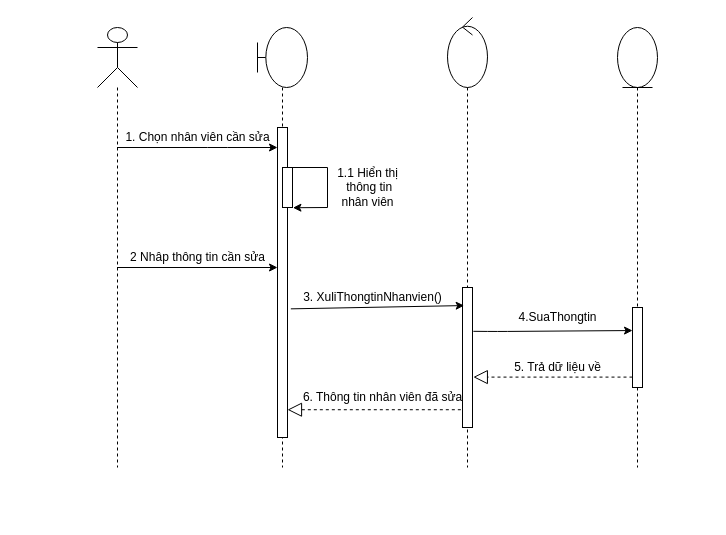
Above: document/EdEmployee.drawio in TikTzuki/tourism-application (draw.io), before the change. Source tidied: cells renumbered, new cells numbered last; positions are measured from the earlier drawing's top-left corner, leaving out a move shared by most shapes. Both pictures are drawn from the tidied source at 100%, with x=0, y=0 at pixel (97, 17).
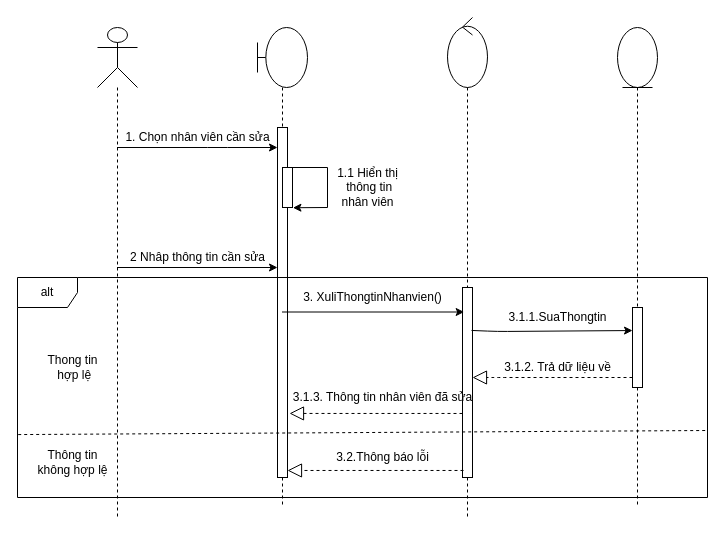
The same page after the edit.

Unchanged cells that the change refers to:
```xml
<mxCell id="17" style="html=1;points=[];perimeter=orthogonalPerimeter;" parent="1" vertex="1">
  <mxGeometry x="535" y="290" width="10" height="80" as="geometry" />
</mxCell>
```

Change to the diagram source:
```diff
@@
     <mxCell id="2" style="shape=umlLifeline;participant=umlActor;perimeter=lifelinePerimeter;whiteSpace=wrap;html=1;verticalAlign=top;spacingTop=36;outlineConnect=0;size=60;" parent="1" vertex="1">
-      <mxGeometry y="10" width="40" height="440" as="geometry" />
+      <mxGeometry y="10" width="40" height="490" as="geometry" />
     </mxCell>
     <mxCell id="3" style="shape=umlLifeline;participant=umlBoundary;perimeter=lifelinePerimeter;whiteSpace=wrap;html=1;verticalAlign=top;spacingTop=36;outlineConnect=0;size=60;" parent="1" vertex="1">
-      <mxGeometry x="160" y="10" width="50" height="440" as="geometry" />
+      <mxGeometry x="160" y="10" width="50" height="480" as="geometry" />
     </mxCell>
     <mxCell id="4" style="html=1;points=[];perimeter=orthogonalPerimeter;" parent="3" vertex="1">
-      <mxGeometry x="20" y="100" width="10" height="310" as="geometry" />
+      <mxGeometry x="20" y="100" width="10" height="350" as="geometry" />
     </mxCell>
     <mxCell id="5" style="shape=umlLifeline;participant=umlControl;perimeter=lifelinePerimeter;whiteSpace=wrap;html=1;verticalAlign=top;spacingTop=36;size=70;" parent="1" vertex="1">
-      <mxGeometry x="350" width="40" height="450" as="geometry" />
+      <mxGeometry x="350" width="40" height="500" as="geometry" />
     </mxCell>
     <mxCell id="6" style="html=1;points=[];perimeter=orthogonalPerimeter;" parent="5" vertex="1">
-      <mxGeometry x="15" y="270" width="10" height="140" as="geometry" />
+      <mxGeometry x="15" y="270" width="10" height="190" as="geometry" />
     </mxCell>
     <mxCell id="7" style="shape=umlLifeline;participant=umlEntity;perimeter=lifelinePerimeter;whiteSpace=wrap;html=1;verticalAlign=top;spacingTop=36;size=60;" parent="1" vertex="1">
-      <mxGeometry x="520" y="10" width="40" height="440" as="geometry" />
+      <mxGeometry x="520" y="10" width="40" height="480" as="geometry" />
     </mxCell>
@@
-    <mxCell id="15" style="endArrow=classic;html=1;exitX=1.333;exitY=0.585;exitDx=0;exitDy=0;exitPerimeter=0;entryX=0.167;entryY=0.129;entryDx=0;entryDy=0;entryPerimeter=0;" parent="1" edge="1" source="4" target="6">
+    <mxCell id="15" style="endArrow=classic;html=1;entryX=0.167;entryY=0.129;entryDx=0;entryDy=0;entryPerimeter=0;" parent="1" edge="1" source="3" target="6">
       <mxGeometry relative="1" as="geometry" />
     </mxCell>
@@
-    <mxCell id="18" style="endArrow=classic;html=1;exitX=1.083;exitY=0.313;exitDx=0;exitDy=0;exitPerimeter=0;entryX=0;entryY=0.288;entryDx=0;entryDy=0;entryPerimeter=0;" parent="1" edge="1" source="6" target="17">
+    <mxCell id="18" style="endArrow=classic;html=1;entryX=0;entryY=0.288;entryDx=0;entryDy=0;entryPerimeter=0;exitX=0.9;exitY=0.226;exitDx=0;exitDy=0;exitPerimeter=0;" parent="1" edge="1" source="6" target="17">
       <mxGeometry relative="1" as="geometry">
         <Array as="points">
           <mxPoint x="400" y="314" />
         </Array>
       </mxGeometry>
     </mxCell>
-    <mxCell id="19" value="4.SuaThongtin" style="text;html=1;align=center;verticalAlign=middle;" parent="1" vertex="1">
-      <mxGeometry x="415" y="290" width="90" height="20" as="geometry" />
+    <mxCell id="19" value="3.1.1.SuaThongtin" style="text;html=1;align=center;verticalAlign=middle;" parent="1" vertex="1">
+      <mxGeometry x="405" y="290" width="110" height="20" as="geometry" />
     </mxCell>
-    <mxCell id="20" style="endArrow=block;dashed=1;endFill=0;endSize=12;html=1;entryX=1.083;entryY=0.64;entryDx=0;entryDy=0;entryPerimeter=0;" parent="1" edge="1" source="17" target="6">
-      <mxGeometry relative="1" as="geometry" />
+    <mxCell id="20" style="endArrow=block;dashed=1;endFill=0;endSize=12;html=1;" parent="1" edge="1" source="17" target="6">
+      <mxGeometry relative="1" as="geometry">
+        <Array as="points">
+          <mxPoint x="400" y="360" />
+        </Array>
+      </mxGeometry>
     </mxCell>
-    <mxCell id="21" value="5. Trả dữ liệu về" style="text;html=1;align=center;verticalAlign=middle;" parent="1" vertex="1">
-      <mxGeometry x="410" y="340" width="100" height="20" as="geometry" />
+    <mxCell id="21" value="3.1.2. Trả dữ liệu về" style="text;html=1;align=center;verticalAlign=middle;" parent="1" vertex="1">
+      <mxGeometry x="400" y="340" width="120" height="20" as="geometry" />
     </mxCell>
-    <mxCell id="22" style="endArrow=block;dashed=1;endFill=0;endSize=12;html=1;exitX=-0.167;exitY=0.873;exitDx=0;exitDy=0;exitPerimeter=0;" parent="1" edge="1" source="6" target="4">
+    <mxCell id="22" style="endArrow=block;dashed=1;endFill=0;endSize=12;html=1;exitX=0;exitY=0.663;exitDx=0;exitDy=0;exitPerimeter=0;entryX=1.2;entryY=0.817;entryDx=0;entryDy=0;entryPerimeter=0;" parent="1" edge="1" source="6" target="4">
       <mxGeometry relative="1" as="geometry" />
     </mxCell>
-    <mxCell id="23" value="6. Thông tin nhân viên đã sửa" style="text;html=1;align=center;verticalAlign=middle;" parent="1" vertex="1">
-      <mxGeometry x="200" y="370" width="170" height="20" as="geometry" />
+    <mxCell id="23" value="3.1.3. Thông tin nhân viên đã sửa" style="text;html=1;align=center;verticalAlign=middle;" parent="1" vertex="1">
+      <mxGeometry x="190" y="370" width="190" height="20" as="geometry" />
     </mxCell>
+    <mxCell id="24" style="endArrow=block;dashed=1;endFill=0;endSize=12;html=1;exitX=0.1;exitY=0.963;exitDx=0;exitDy=0;exitPerimeter=0;" parent="1" edge="1" source="6" target="4">
+      <mxGeometry relative="1" as="geometry" />
+    </mxCell>
+    <mxCell id="25" value="3.2.Thông báo lỗi" style="text;html=1;align=center;verticalAlign=middle;" parent="1" vertex="1">
+      <mxGeometry x="230" y="430" width="110" height="20" as="geometry" />
+    </mxCell>
+    <mxCell id="26" value="alt" style="shape=umlFrame;whiteSpace=wrap;html=1;" parent="1" vertex="1">
+      <mxGeometry x="-80" y="260" width="690" height="220" as="geometry" />
+    </mxCell>
+    <mxCell id="27" style="endArrow=none;dashed=1;html=1;exitX=0.001;exitY=0.714;exitDx=0;exitDy=0;exitPerimeter=0;" parent="1" edge="1" source="26">
+      <mxGeometry relative="1" as="geometry">
+        <mxPoint x="610" y="413" as="targetPoint" />
+      </mxGeometry>
+    </mxCell>
+    <mxCell id="28" value="Thong tin&lt;br&gt;&amp;nbsp;hợp lệ" style="text;html=1;align=center;verticalAlign=middle;" parent="1" vertex="1">
+      <mxGeometry x="-60" y="335" width="70" height="30" as="geometry" />
+    </mxCell>
+    <mxCell id="29" value="Thông tin &lt;br&gt;không hợp lệ" style="text;html=1;align=center;verticalAlign=middle;" parent="1" vertex="1">
+      <mxGeometry x="-70" y="430" width="90" height="30" as="geometry" />
+    </mxCell>
```
